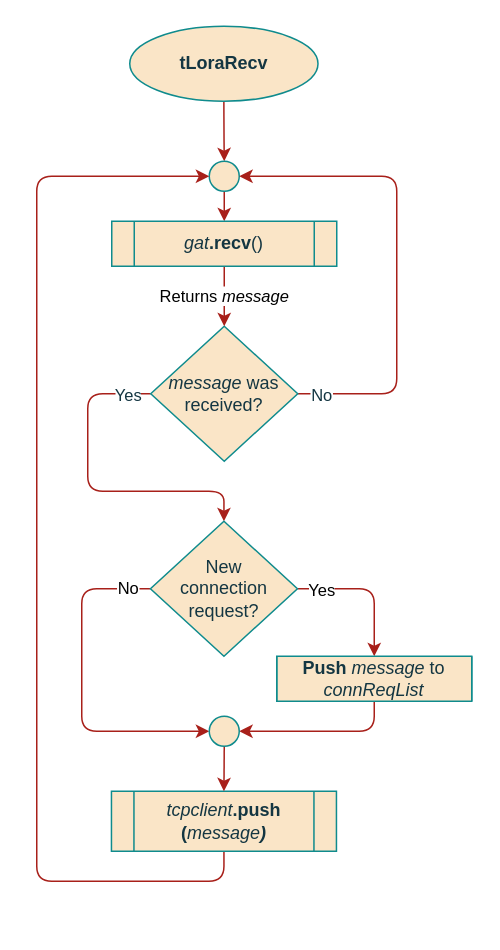
Before: page "tlorarecv" (5 of 5) of documentation/flowcharts/Gateway/CGateway.drawio in ESRGgroup9/slipad, a draw.io diagram. Source tidied: cells renumbered, new cells numbered last; positions are measured from the earlier drawing's top-left corner, leaving out a move shared by most shapes. Both pictures are drawn from the tidied source at 150%, with x=0, y=0 at pixel (36, 26).
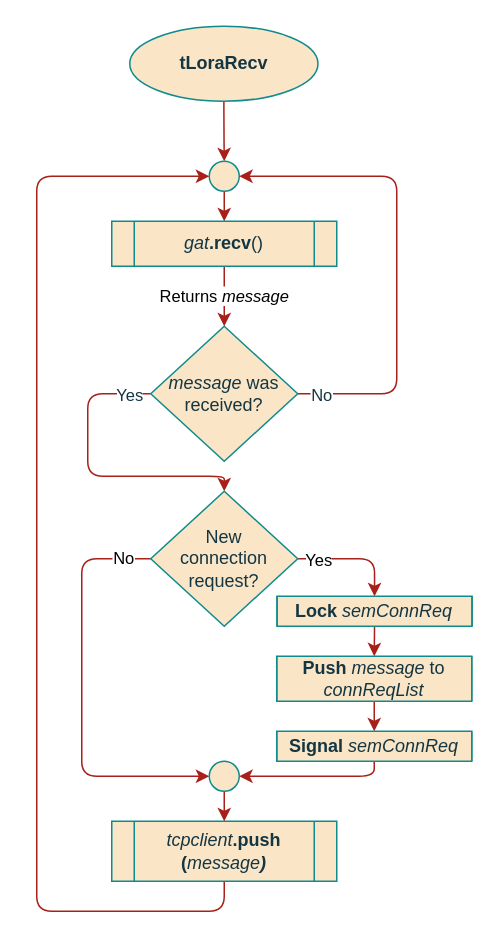
Above is the later version.

Unchanged cells that the change refers to:
```xml
<mxCell id="5" style="ellipse;whiteSpace=wrap;html=1;rounded=0;sketch=0;fontColor=#143642;strokeColor=#0F8B8D;fillColor=#FAE5C7;" parent="1" vertex="1">
  <mxGeometry x="115" y="90" width="20" height="20" as="geometry" />
</mxCell>
<mxCell id="11" value="&lt;div&gt;&lt;i&gt;message&lt;/i&gt; was&lt;/div&gt;&lt;div&gt;received?&lt;br&gt;&lt;/div&gt;" style="rhombus;whiteSpace=wrap;html=1;rounded=0;sketch=0;fontColor=#143642;strokeColor=#0F8B8D;fillColor=#FAE5C7;" parent="1" vertex="1">
  <mxGeometry x="76" y="200" width="98" height="90" as="geometry" />
</mxCell>
<mxCell id="20" value="&lt;b&gt;Push &lt;/b&gt;&lt;i&gt;message&lt;/i&gt;&lt;i&gt; &lt;/i&gt;to &lt;i&gt;connReqList&lt;/i&gt;&lt;b&gt;&lt;br&gt;&lt;/b&gt;" style="shape=process;whiteSpace=wrap;html=1;backgroundOutline=1;rounded=0;sketch=0;fontColor=#143642;strokeColor=#0F8B8D;fillColor=#FAE5C7;size=0;" parent="1" vertex="1">
  <mxGeometry x="160" y="420" width="130" height="30" as="geometry" />
</mxCell>
```

Change to the diagram source:
```diff
@@
     <mxCell id="6" style="edgeStyle=orthogonalEdgeStyle;rounded=1;sketch=0;jettySize=auto;html=1;entryX=0;entryY=0.5;entryDx=0;entryDy=0;fontColor=#143642;strokeColor=#A8201A;fillColor=#FAE5C7;exitX=0.5;exitY=1;exitDx=0;exitDy=0;" parent="1" edge="1" source="14" target="5">
       <mxGeometry relative="1" as="geometry">
         <Array as="points">
-          <mxPoint x="125" y="570" />
-          <mxPoint y="570" />
+          <mxPoint x="125" y="590" />
+          <mxPoint y="590" />
           <mxPoint y="100" />
         </Array>
       </mxGeometry>
     </mxCell>
@@
     <mxCell id="9" style="edgeStyle=orthogonalEdgeStyle;sketch=0;jettySize=auto;html=1;exitX=0;exitY=0.5;exitDx=0;exitDy=0;entryX=0.5;entryY=0;entryDx=0;entryDy=0;fontColor=#143642;strokeColor=#A8201A;fillColor=#FAE5C7;rounded=1;" parent="1" edge="1" source="11" target="18">
       <mxGeometry relative="1" as="geometry">
         <Array as="points">
           <mxPoint x="34" y="245" />
-          <mxPoint x="34" y="310" />
-          <mxPoint x="125" y="310" />
+          <mxPoint x="34" y="300" />
+          <mxPoint x="125" y="300" />
         </Array>
       </mxGeometry>
     </mxCell>
@@
     <mxCell id="14" value="&lt;div&gt;&lt;i&gt;tcpclient&lt;/i&gt;&lt;b&gt;.push&lt;/b&gt;&lt;/div&gt;&lt;div&gt;&lt;b&gt;(&lt;/b&gt;&lt;i&gt;message&lt;b&gt;)&lt;/b&gt;&lt;/i&gt;&lt;/div&gt;" style="shape=process;whiteSpace=wrap;html=1;backgroundOutline=1;rounded=0;sketch=0;fontColor=#143642;strokeColor=#0F8B8D;fillColor=#FAE5C7;" parent="1" vertex="1">
-      <mxGeometry x="49.8" y="510" width="150" height="40" as="geometry" />
+      <mxGeometry x="50" y="530" width="150" height="40" as="geometry" />
     </mxCell>
     <mxCell id="15" value="No" style="edgeStyle=orthogonalEdgeStyle;rounded=1;jettySize=auto;html=1;exitX=0;exitY=0.5;exitDx=0;exitDy=0;entryX=0;entryY=0.5;entryDx=0;entryDy=0;strokeColor=#A8201A;" parent="1" edge="1" source="18" target="22">
       <mxGeometry x="-0.87" relative="1" as="geometry">
         <Array as="points">
-          <mxPoint x="30" y="375" />
-          <mxPoint x="30" y="470" />
+          <mxPoint x="30" y="355" />
+          <mxPoint x="30" y="500" />
         </Array>
       </mxGeometry>
     </mxCell>
-    <mxCell id="16" style="edgeStyle=orthogonalEdgeStyle;rounded=1;jettySize=auto;html=1;exitX=1;exitY=0.5;exitDx=0;exitDy=0;entryX=0.5;entryY=0;entryDx=0;entryDy=0;strokeColor=#A8201A;" parent="1" edge="1" source="18" target="20">
+    <mxCell id="16" style="edgeStyle=orthogonalEdgeStyle;rounded=1;jettySize=auto;html=1;exitX=1;exitY=0.5;exitDx=0;exitDy=0;entryX=0.5;entryY=0;entryDx=0;entryDy=0;strokeColor=#A8201A;" parent="1" edge="1" source="18" target="26">
       <mxGeometry relative="1" as="geometry" />
     </mxCell>
@@
     <mxCell id="18" value="&lt;div&gt;New &lt;br&gt;&lt;/div&gt;&lt;div&gt;connection request?&lt;/div&gt;" style="rhombus;whiteSpace=wrap;html=1;rounded=0;sketch=0;fontColor=#143642;strokeColor=#0F8B8D;fillColor=#FAE5C7;" parent="1" vertex="1">
-      <mxGeometry x="75.8" y="330" width="98" height="90" as="geometry" />
+      <mxGeometry x="76" y="310" width="98" height="90" as="geometry" />
     </mxCell>
-    <mxCell id="19" style="edgeStyle=orthogonalEdgeStyle;rounded=1;jettySize=auto;html=1;exitX=0.5;exitY=1;exitDx=0;exitDy=0;strokeColor=#A8201A;entryX=1;entryY=0.5;entryDx=0;entryDy=0;" parent="1" edge="1" source="20" target="22">
-      <mxGeometry relative="1" as="geometry" />
+    <mxCell id="19" style="edgeStyle=orthogonalEdgeStyle;rounded=1;jettySize=auto;html=1;exitX=0.5;exitY=1;exitDx=0;exitDy=0;strokeColor=#A8201A;entryX=1;entryY=0.5;entryDx=0;entryDy=0;" parent="1" edge="1" source="24" target="22">
+      <mxGeometry relative="1" as="geometry">
+        <Array as="points">
+          <mxPoint x="225" y="500" />
+        </Array>
+      </mxGeometry>
     </mxCell>
+    <mxCell id="23" style="edgeStyle=orthogonalEdgeStyle;rounded=0;jettySize=auto;html=1;exitX=0.5;exitY=1;exitDx=0;exitDy=0;entryX=0.5;entryY=0;entryDx=0;entryDy=0;fontSize=11;strokeColor=#A8201A;" parent="1" edge="1" source="20" target="24">
+      <mxGeometry relative="1" as="geometry" />
+    </mxCell>
@@
     <mxCell id="22" style="ellipse;whiteSpace=wrap;html=1;rounded=0;sketch=0;fontColor=#143642;strokeColor=#0F8B8D;fillColor=#FAE5C7;" parent="1" vertex="1">
-      <mxGeometry x="115" y="460" width="20" height="20" as="geometry" />
+      <mxGeometry x="115" y="490" width="20" height="20" as="geometry" />
     </mxCell>
+    <mxCell id="24" value="&lt;b&gt;Signal&lt;/b&gt; &lt;i&gt;semConnReq&lt;/i&gt;" style="shape=process;whiteSpace=wrap;html=1;backgroundOutline=1;rounded=0;sketch=0;fontColor=#143642;strokeColor=#0F8B8D;fillColor=#FAE5C7;size=0;" parent="1" vertex="1">
+      <mxGeometry x="160" y="470" width="130" height="20" as="geometry" />
+    </mxCell>
+    <mxCell id="25" style="edgeStyle=orthogonalEdgeStyle;rounded=0;jettySize=auto;html=1;exitX=0.5;exitY=1;exitDx=0;exitDy=0;entryX=0.5;entryY=0;entryDx=0;entryDy=0;fontSize=11;strokeColor=#A8201A;" parent="1" edge="1" source="26" target="20">
+      <mxGeometry relative="1" as="geometry" />
+    </mxCell>
+    <mxCell id="26" value="&lt;b&gt;Lock&lt;/b&gt; &lt;i&gt;semConnReq&lt;/i&gt;" style="shape=process;whiteSpace=wrap;html=1;backgroundOutline=1;rounded=0;sketch=0;fontColor=#143642;strokeColor=#0F8B8D;fillColor=#FAE5C7;size=0;" parent="1" vertex="1">
+      <mxGeometry x="160.2" y="380" width="130" height="20" as="geometry" />
+    </mxCell>
```
